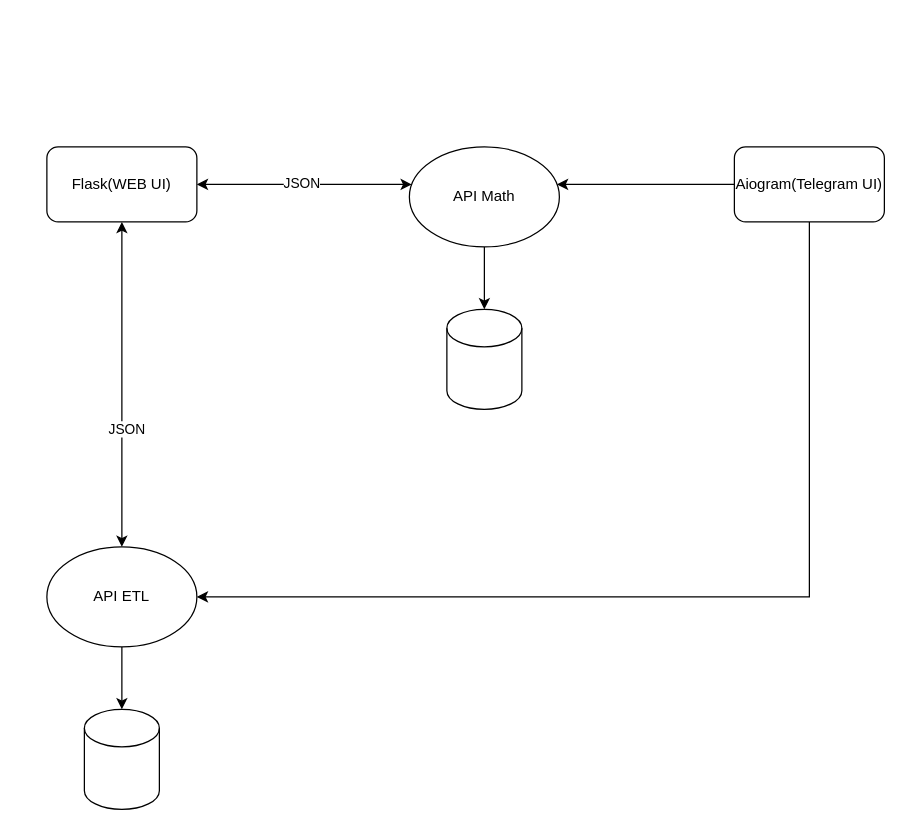
Before: team_project_2_block.drawio in Acutapugione/team_project_2_block, a draw.io diagram. Source tidied: cells renumbered, new cells numbered last; positions are measured from the earlier drawing's top-left corner, leaving out a move shared by most shapes. Both pictures are drawn from the tidied source at 125%, with x=0, y=0 at pixel (46, 146).
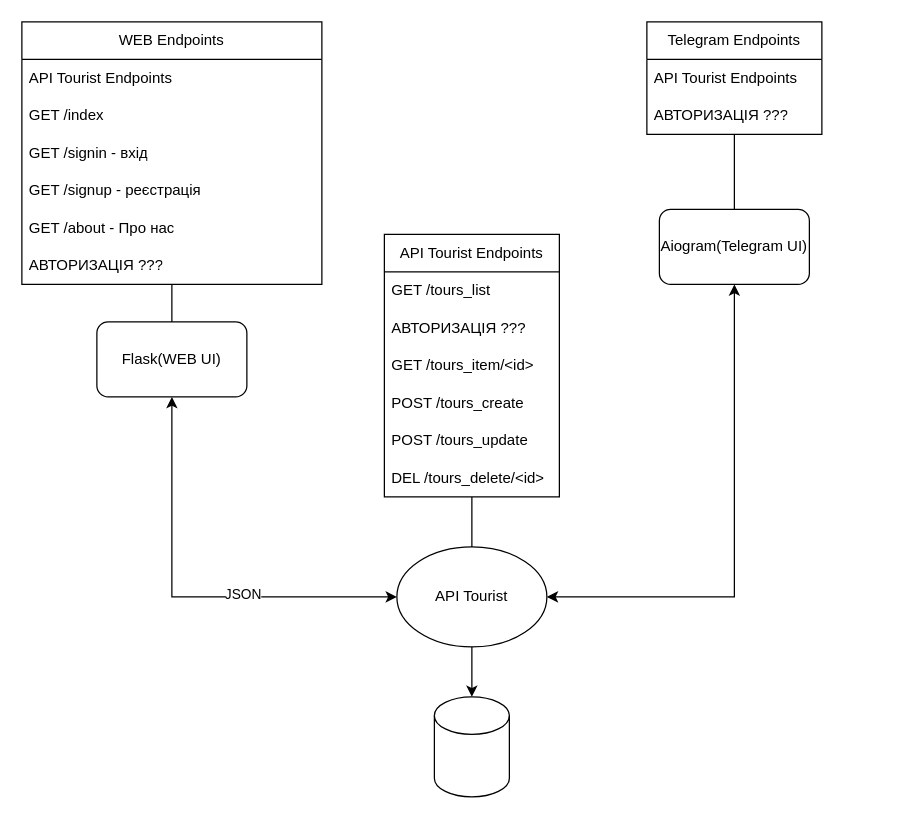
The same page after the edit.

The edit, as a diff of the source:
```diff
@@
     <mxCell id="2" style="shape=cylinder3;whiteSpace=wrap;html=1;boundedLbl=1;backgroundOutline=1;size=15;" parent="1" vertex="1">
-      <mxGeometry x="30" y="450" width="60" height="80" as="geometry" />
+      <mxGeometry x="310" y="440" width="60" height="80" as="geometry" />
     </mxCell>
-    <mxCell id="3" style="shape=cylinder3;whiteSpace=wrap;html=1;boundedLbl=1;backgroundOutline=1;size=15;" parent="1" vertex="1">
-      <mxGeometry x="320" y="130" width="60" height="80" as="geometry" />
-    </mxCell>
     <mxCell id="4" style="edgeStyle=orthogonalEdgeStyle;rounded=0;jettySize=auto;html=1;" parent="1" edge="1" source="5" target="2">
-      <mxGeometry relative="1" as="geometry" />
+      <mxGeometry relative="1" as="geometry">
+        <Array as="points">
+          <mxPoint x="350" y="490" />
+        </Array>
+      </mxGeometry>
     </mxCell>
-    <mxCell id="5" value="API ETL" style="ellipse;whiteSpace=wrap;html=1;" parent="1" vertex="1">
-      <mxGeometry y="320" width="120" height="80" as="geometry" />
+    <mxCell id="5" value="API Tourist" style="ellipse;whiteSpace=wrap;html=1;" parent="1" vertex="1">
+      <mxGeometry x="280" y="320" width="120" height="80" as="geometry" />
     </mxCell>
-    <mxCell id="6" style="edgeStyle=orthogonalEdgeStyle;rounded=0;jettySize=auto;html=1;" parent="1" edge="1" source="7" target="3">
-      <mxGeometry relative="1" as="geometry" />
-    </mxCell>
-    <mxCell id="7" value="API Math" style="ellipse;whiteSpace=wrap;html=1;" parent="1" vertex="1">
-      <mxGeometry x="290" width="120" height="80" as="geometry" />
-    </mxCell>
     <mxCell id="8" style="edgeStyle=orthogonalEdgeStyle;rounded=0;jettySize=auto;html=1;startArrow=classic;startFill=1;" parent="1" edge="1" source="12" target="5">
-      <mxGeometry relative="1" as="geometry" />
+      <mxGeometry relative="1" as="geometry">
+        <Array as="points">
+          <mxPoint x="100" y="360" />
+        </Array>
+      </mxGeometry>
     </mxCell>
@@
-    <mxCell id="10" style="edgeStyle=orthogonalEdgeStyle;rounded=0;jettySize=auto;html=1;startArrow=classic;startFill=1;" parent="1" edge="1" source="12" target="7">
-      <mxGeometry relative="1" as="geometry">
-        <Array as="points">
-          <mxPoint x="280" y="30" />
-          <mxPoint x="280" y="30" />
-        </Array>
-      </mxGeometry>
-    </mxCell>
-    <mxCell id="11" value="JSON" style="edgeLabel;html=1;align=center;verticalAlign=middle;" parent="10" vertex="1">
-      <mxGeometry x="-0.03" y="2" relative="1" as="geometry" />
-    </mxCell>
     <mxCell id="12" value="Flask(WEB UI)" style="rounded=1;whiteSpace=wrap;html=1;" parent="1" vertex="1">
-      <mxGeometry width="120" height="60" as="geometry" />
+      <mxGeometry x="40" y="140" width="120" height="60" as="geometry" />
     </mxCell>
-    <mxCell id="13" style="edgeStyle=orthogonalEdgeStyle;rounded=0;jettySize=auto;html=1;" parent="1" edge="1" source="15" target="7">
-      <mxGeometry relative="1" as="geometry">
-        <Array as="points">
-          <mxPoint x="430" y="30" />
-          <mxPoint x="430" y="30" />
-        </Array>
-      </mxGeometry>
-    </mxCell>
-    <mxCell id="14" style="edgeStyle=orthogonalEdgeStyle;rounded=0;jettySize=auto;html=1;" parent="1" edge="1" source="15" target="5">
+    <mxCell id="14" style="edgeStyle=orthogonalEdgeStyle;rounded=0;jettySize=auto;html=1;startArrow=classic;startFill=1;" parent="1" edge="1" source="15" target="5">
       <mxGeometry relative="1" as="geometry">
         <Array as="points">
-          <mxPoint x="610" y="360" />
+          <mxPoint x="550" y="360" />
         </Array>
       </mxGeometry>
     </mxCell>
     <mxCell id="15" value="Aiogram(Telegram UI)" style="rounded=1;whiteSpace=wrap;html=1;" parent="1" vertex="1">
-      <mxGeometry x="550" width="120" height="60" as="geometry" />
+      <mxGeometry x="490" y="50" width="120" height="60" as="geometry" />
     </mxCell>
+    <mxCell id="16" style="edgeStyle=orthogonalEdgeStyle;rounded=0;jettySize=auto;html=1;endArrow=none;endFill=0;" parent="1" edge="1" source="17" target="5">
+      <mxGeometry relative="1" as="geometry">
+        <Array as="points">
+          <mxPoint x="340" y="240" />
+          <mxPoint x="340" y="240" />
+        </Array>
+      </mxGeometry>
+    </mxCell>
+    <mxCell id="17" value="API Tourist Endpoints" style="swimlane;fontStyle=0;horizontal=1;startSize=30;whiteSpace=wrap;html=1;" parent="1" vertex="1">
+      <mxGeometry x="270" y="70" width="140" height="210" as="geometry" />
+    </mxCell>
+    <mxCell id="18" value="GET /tours_list&amp;nbsp;&amp;nbsp;" style="text;strokeColor=none;fillColor=none;align=left;verticalAlign=middle;spacingLeft=4;spacingRight=4;overflow=hidden;whiteSpace=wrap;html=1;" parent="17" vertex="1">
+      <mxGeometry y="30" width="140" height="30" as="geometry" />
+    </mxCell>
+    <mxCell id="19" value="АВТОРИЗАЦІЯ ???" style="text;strokeColor=none;fillColor=none;align=left;verticalAlign=middle;spacingLeft=4;spacingRight=4;overflow=hidden;whiteSpace=wrap;html=1;" parent="17" vertex="1">
+      <mxGeometry y="60" width="140" height="30" as="geometry" />
+    </mxCell>
+    <mxCell id="20" value="GET /tours_item/&amp;lt;id&amp;gt;&amp;nbsp;&amp;nbsp;" style="text;strokeColor=none;fillColor=none;align=left;verticalAlign=middle;spacingLeft=4;spacingRight=4;overflow=hidden;whiteSpace=wrap;html=1;" parent="17" vertex="1">
+      <mxGeometry y="90" width="140" height="30" as="geometry" />
+    </mxCell>
+    <mxCell id="21" value="POST /tours_create" style="text;strokeColor=none;fillColor=none;align=left;verticalAlign=middle;spacingLeft=4;spacingRight=4;overflow=hidden;whiteSpace=wrap;html=1;" parent="17" vertex="1">
+      <mxGeometry y="120" width="140" height="30" as="geometry" />
+    </mxCell>
+    <mxCell id="22" value="POST /tours_update" style="text;strokeColor=none;fillColor=none;align=left;verticalAlign=middle;spacingLeft=4;spacingRight=4;overflow=hidden;whiteSpace=wrap;html=1;" parent="17" vertex="1">
+      <mxGeometry y="150" width="140" height="30" as="geometry" />
+    </mxCell>
+    <mxCell id="23" value="DEL /tours_delete/&amp;lt;id&amp;gt;" style="text;strokeColor=none;fillColor=none;align=left;verticalAlign=middle;spacingLeft=4;spacingRight=4;overflow=hidden;whiteSpace=wrap;html=1;" parent="17" vertex="1">
+      <mxGeometry y="180" width="140" height="30" as="geometry" />
+    </mxCell>
+    <mxCell id="24" style="edgeStyle=orthogonalEdgeStyle;rounded=0;jettySize=auto;html=1;endArrow=none;endFill=0;" parent="1" edge="1" source="25" target="12">
+      <mxGeometry relative="1" as="geometry" />
+    </mxCell>
+    <mxCell id="25" value="WEB Endpoints" style="swimlane;fontStyle=0;horizontal=1;startSize=30;whiteSpace=wrap;html=1;" parent="1" vertex="1">
+      <mxGeometry x="-20" y="-100" width="240" height="210" as="geometry" />
+    </mxCell>
+    <mxCell id="26" value="&lt;span style=&quot;text-align: center;&quot;&gt;API Tourist Endpoints&lt;/span&gt;" style="text;strokeColor=none;fillColor=none;align=left;verticalAlign=middle;spacingLeft=4;spacingRight=4;overflow=hidden;whiteSpace=wrap;html=1;" parent="25" vertex="1">
+      <mxGeometry y="30" width="240" height="30" as="geometry" />
+    </mxCell>
+    <mxCell id="27" value="GET /index" style="text;strokeColor=none;fillColor=none;align=left;verticalAlign=middle;spacingLeft=4;spacingRight=4;overflow=hidden;whiteSpace=wrap;html=1;" parent="25" vertex="1">
+      <mxGeometry y="60" width="240" height="30" as="geometry" />
+    </mxCell>
+    <mxCell id="28" value="GET /signin - вхід" style="text;strokeColor=none;fillColor=none;align=left;verticalAlign=middle;spacingLeft=4;spacingRight=4;overflow=hidden;whiteSpace=wrap;html=1;" parent="25" vertex="1">
+      <mxGeometry y="90" width="240" height="30" as="geometry" />
+    </mxCell>
+    <mxCell id="29" value="GET /signup - реєстрація" style="text;strokeColor=none;fillColor=none;align=left;verticalAlign=middle;spacingLeft=4;spacingRight=4;overflow=hidden;whiteSpace=wrap;html=1;" parent="25" vertex="1">
+      <mxGeometry y="120" width="240" height="30" as="geometry" />
+    </mxCell>
+    <mxCell id="30" value="GET /about - Про нас" style="text;strokeColor=none;fillColor=none;align=left;verticalAlign=middle;spacingLeft=4;spacingRight=4;overflow=hidden;whiteSpace=wrap;html=1;" parent="25" vertex="1">
+      <mxGeometry y="150" width="240" height="30" as="geometry" />
+    </mxCell>
+    <mxCell id="31" value="АВТОРИЗАЦІЯ ???" style="text;strokeColor=none;fillColor=none;align=left;verticalAlign=middle;spacingLeft=4;spacingRight=4;overflow=hidden;whiteSpace=wrap;html=1;" parent="25" vertex="1">
+      <mxGeometry y="180" width="240" height="30" as="geometry" />
+    </mxCell>
+    <mxCell id="32" style="edgeStyle=orthogonalEdgeStyle;rounded=0;jettySize=auto;html=1;endArrow=none;endFill=0;" parent="1" edge="1" source="33" target="15">
+      <mxGeometry relative="1" as="geometry" />
+    </mxCell>
+    <mxCell id="33" value="Telegram Endpoints" style="swimlane;fontStyle=0;horizontal=1;startSize=30;whiteSpace=wrap;html=1;" parent="1" vertex="1">
+      <mxGeometry x="480" y="-100" width="140" height="90" as="geometry" />
+    </mxCell>
+    <mxCell id="34" value="API Tourist Endpoints" style="text;strokeColor=none;fillColor=none;align=left;verticalAlign=middle;spacingLeft=4;spacingRight=4;overflow=hidden;whiteSpace=wrap;html=1;" parent="33" vertex="1">
+      <mxGeometry y="30" width="140" height="30" as="geometry" />
+    </mxCell>
+    <mxCell id="35" value="АВТОРИЗАЦІЯ ???" style="text;strokeColor=none;fillColor=none;align=left;verticalAlign=middle;spacingLeft=4;spacingRight=4;overflow=hidden;whiteSpace=wrap;html=1;" parent="33" vertex="1">
+      <mxGeometry y="60" width="140" height="30" as="geometry" />
+    </mxCell>
```
